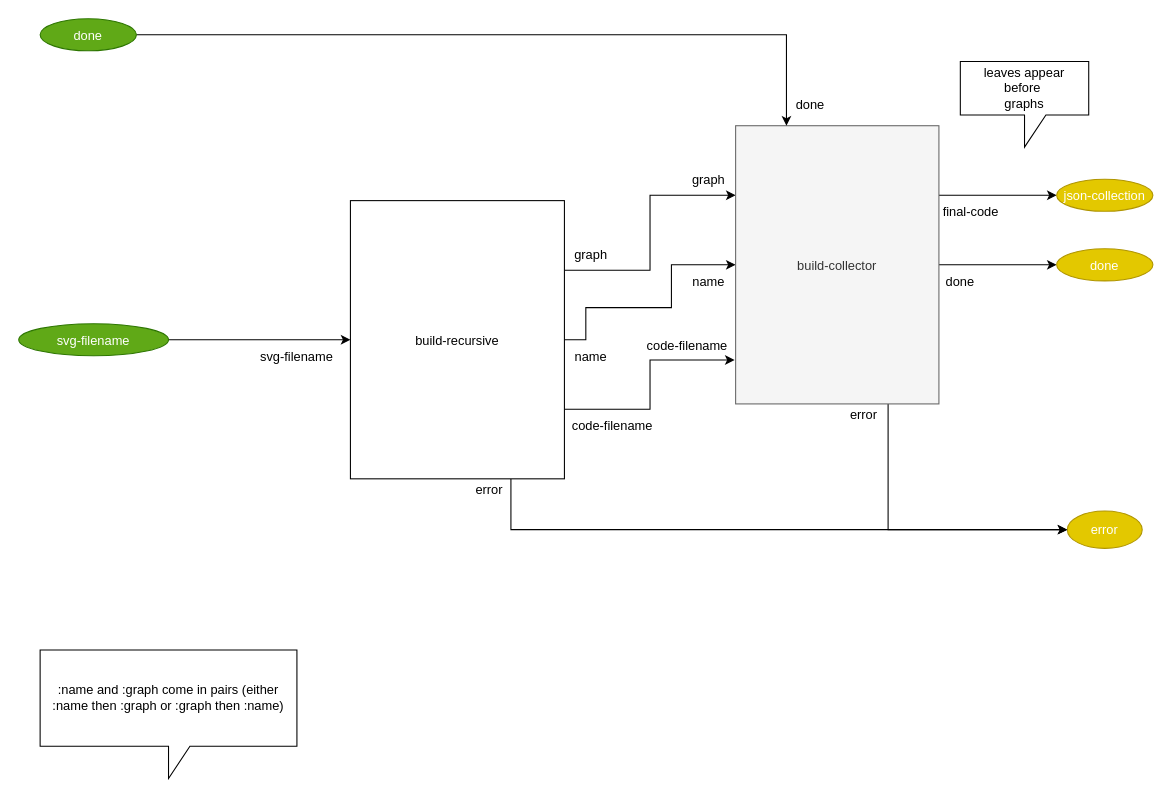
bmfbp/bmfbp keeps this draw.io diagram as page "1. build" (2 of 5) of build_process/cl-build/build.drawio. Above is the earlier version. Source tidied: cells renumbered, new cells numbered last; positions are measured from the earlier drawing's top-left corner, leaving out a move shared by most shapes. Both pictures are drawn from the tidied source at 107%, with x=0, y=0 at pixel (18, 18).
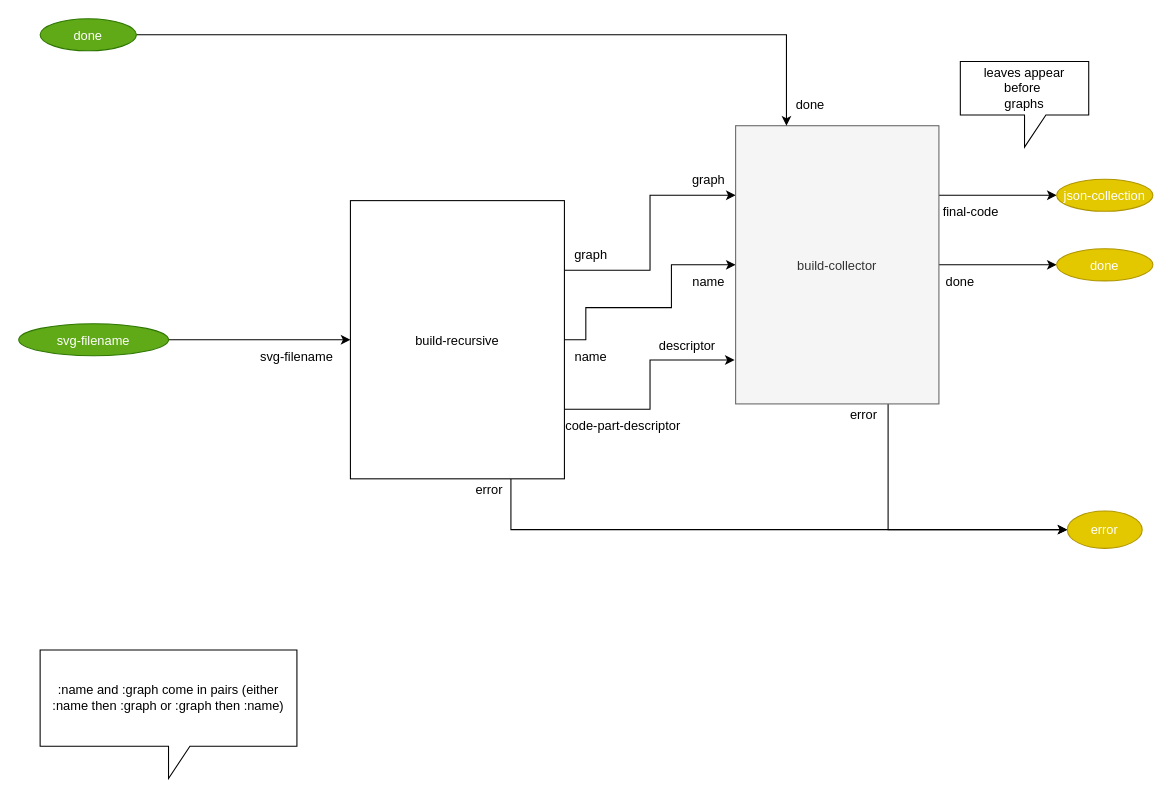
The same page after the edit.

The edit, as a diff of the source:
```diff
@@
-    <mxCell id="23" value="code-filename" style="text;strokeColor=none;fillColor=none;align=center;verticalAlign=middle;rounded=0;" parent="1" vertex="1">
+    <mxCell id="23" value="descriptor" style="text;strokeColor=none;fillColor=none;align=center;verticalAlign=middle;rounded=0;" parent="1" vertex="1">
       <mxGeometry x="590" y="295" width="70" height="20" as="geometry" />
     </mxCell>
-    <mxCell id="24" value="code-filename" style="text;strokeColor=none;fillColor=none;align=center;verticalAlign=middle;rounded=0;" parent="1" vertex="1">
-      <mxGeometry x="520" y="370" width="70" height="20" as="geometry" />
+    <mxCell id="24" value="code-part-descriptor" style="text;strokeColor=none;fillColor=none;align=center;verticalAlign=middle;rounded=0;" parent="1" vertex="1">
+      <mxGeometry x="520" y="370" width="90" height="20" as="geometry" />
     </mxCell>
```
